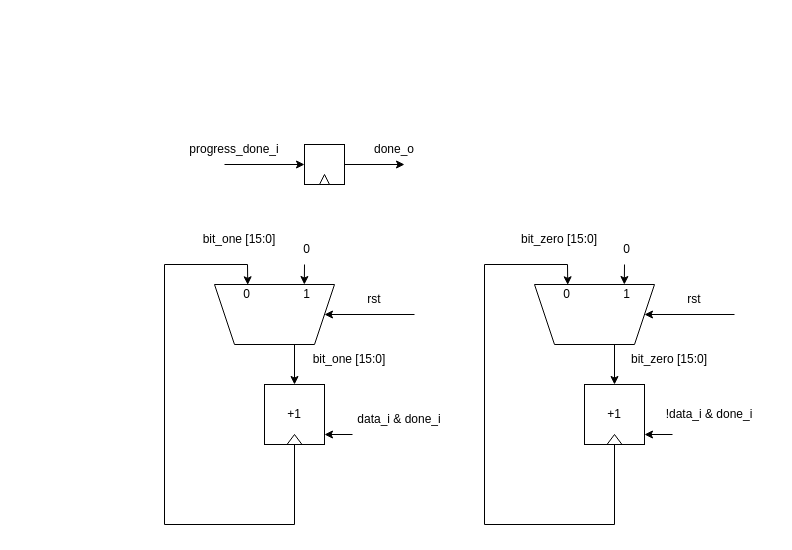
Hieuueihm/Thesis keeps this draw.io diagram as Draw/MRELBP_CIModules/ZeroOneCounter.drawio. Above is the earlier version. Source tidied: cells renumbered, new cells numbered last; positions are measured from the earlier drawing's top-left corner, leaving out a move shared by most shapes. Both pictures are drawn from the tidied source at 100%, with x=0, y=0 at pixel (164, 134).
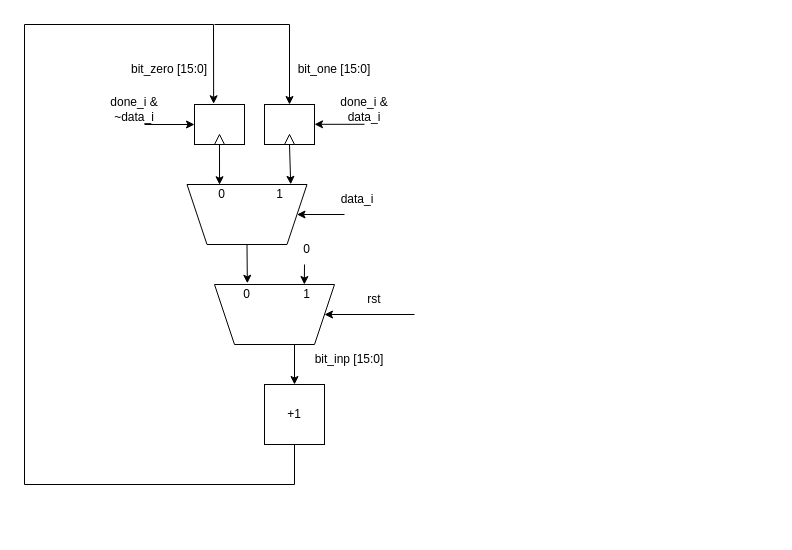
After the change.

The change refers to these unchanged cells:
```xml
<mxCell id="3" value="+1" style="rounded=0;whiteSpace=wrap;html=1;" parent="1" vertex="1">
  <mxGeometry x="100" y="250" width="60" height="60" as="geometry" />
</mxCell>
<mxCell id="13" style="shape=trapezoid;perimeter=trapezoidPerimeter;whiteSpace=wrap;html=1;fixedSize=1;direction=west;" parent="1" vertex="1">
  <mxGeometry x="50" y="150" width="120" height="60" as="geometry" />
</mxCell>
<mxCell id="20" value="0" style="text;html=1;align=center;verticalAlign=middle;whiteSpace=wrap;rounded=0;" parent="1" vertex="1">
  <mxGeometry x="65" y="150" width="35" height="20" as="geometry" />
</mxCell>
```

The edit, as a diff of the source:
```diff
@@
-    <mxCell id="2" style="endArrow=classic;html=1;rounded=0;entryX=0.723;entryY=0.995;entryDx=0;entryDy=0;exitX=0.5;exitY=1;exitDx=0;exitDy=0;entryPerimeter=0;" parent="1" edge="1" source="3" target="13">
-      <mxGeometry relative="1" as="geometry">
-        <Array as="points">
-          <mxPoint x="130" y="390" />
-          <mxPoint y="390" />
-          <mxPoint y="130" />
-          <mxPoint x="83" y="130" />
-        </Array>
-      </mxGeometry>
-    </mxCell>
@@
-    <mxCell id="4" style="endArrow=classic;html=1;rounded=0;entryX=1.034;entryY=0.583;entryDx=0;entryDy=0;entryPerimeter=0;" parent="1" edge="1">
-      <mxGeometry relative="1" as="geometry">
-        <mxPoint x="188" y="300" as="sourcePoint" />
-        <mxPoint x="160" y="300" as="targetPoint" />
-      </mxGeometry>
-    </mxCell>
-    <mxCell id="5" value="data_i &amp;amp; done_i" style="text;html=1;align=center;verticalAlign=middle;whiteSpace=wrap;rounded=0;" parent="1" vertex="1">
-      <mxGeometry x="170" y="270" width="130" height="30" as="geometry" />
+    <mxCell id="5" value="data_i" style="text;html=1;align=center;verticalAlign=middle;whiteSpace=wrap;rounded=0;" parent="1" vertex="1">
+      <mxGeometry x="142.5" y="50" width="100" height="30" as="geometry" />
     </mxCell>
@@
-    <mxCell id="7" style="rounded=0;whiteSpace=wrap;html=1;" parent="1" vertex="1">
-      <mxGeometry x="140" y="10" width="40" height="40" as="geometry" />
-    </mxCell>
-    <mxCell id="8" style="triangle;whiteSpace=wrap;html=1;direction=north;" parent="1" vertex="1">
-      <mxGeometry x="155" y="40" width="10" height="10" as="geometry" />
-    </mxCell>
-    <mxCell id="9" style="endArrow=classic;html=1;rounded=0;entryX=0;entryY=0.5;entryDx=0;entryDy=0;" parent="1" edge="1" target="7">
-      <mxGeometry relative="1" as="geometry">
-        <mxPoint x="60" y="30" as="sourcePoint" />
-      </mxGeometry>
-    </mxCell>
-    <mxCell id="10" style="endArrow=classic;html=1;rounded=0;exitX=1;exitY=0.5;exitDx=0;exitDy=0;" parent="1" edge="1" source="7">
-      <mxGeometry relative="1" as="geometry">
-        <mxPoint x="240" y="30" as="targetPoint" />
-      </mxGeometry>
-    </mxCell>
-    <mxCell id="11" value="progress_done_i" style="text;html=1;align=center;verticalAlign=middle;whiteSpace=wrap;rounded=0;" parent="1" vertex="1">
-      <mxGeometry x="40" width="60" height="30" as="geometry" />
-    </mxCell>
-    <mxCell id="12" value="done_o" style="text;html=1;align=center;verticalAlign=middle;whiteSpace=wrap;rounded=0;" parent="1" vertex="1">
-      <mxGeometry x="200" width="60" height="30" as="geometry" />
-    </mxCell>
@@
     <mxCell id="14" value="bit_one [15:0]" style="text;html=1;align=center;verticalAlign=middle;whiteSpace=wrap;rounded=0;" parent="1" vertex="1">
-      <mxGeometry x="30" y="90" width="90" height="30" as="geometry" />
+      <mxGeometry x="125" y="-80" width="90" height="30" as="geometry" />
     </mxCell>
-    <mxCell id="15" value="bit_one [15:0]" style="text;html=1;align=center;verticalAlign=middle;whiteSpace=wrap;rounded=0;" parent="1" vertex="1">
+    <mxCell id="15" value="bit_inp [15:0]" style="text;html=1;align=center;verticalAlign=middle;whiteSpace=wrap;rounded=0;" parent="1" vertex="1">
       <mxGeometry x="140" y="210" width="90" height="30" as="geometry" />
     </mxCell>
@@
-    <mxCell id="22" style="triangle;whiteSpace=wrap;html=1;direction=north;" parent="1" vertex="1">
-      <mxGeometry x="122.5" y="300" width="15" height="10" as="geometry" />
-    </mxCell>
-    <mxCell id="23" style="endArrow=classic;html=1;rounded=0;entryX=0.723;entryY=0.995;entryDx=0;entryDy=0;exitX=0.5;exitY=1;exitDx=0;exitDy=0;entryPerimeter=0;" parent="1" edge="1" source="24" target="27">
-      <mxGeometry relative="1" as="geometry">
-        <Array as="points">
-          <mxPoint x="450" y="390" />
-          <mxPoint x="320" y="390" />
-          <mxPoint x="320" y="130" />
-          <mxPoint x="403" y="130" />
-        </Array>
-      </mxGeometry>
-    </mxCell>
-    <mxCell id="24" value="+1" style="rounded=0;whiteSpace=wrap;html=1;" parent="1" vertex="1">
-      <mxGeometry x="420" y="250" width="60" height="60" as="geometry" />
-    </mxCell>
-    <mxCell id="25" style="endArrow=classic;html=1;rounded=0;entryX=1.034;entryY=0.583;entryDx=0;entryDy=0;entryPerimeter=0;" parent="1" edge="1">
-      <mxGeometry relative="1" as="geometry">
-        <mxPoint x="508" y="300" as="sourcePoint" />
-        <mxPoint x="480" y="300" as="targetPoint" />
-      </mxGeometry>
-    </mxCell>
-    <mxCell id="26" style="endArrow=classic;html=1;rounded=0;entryX=0.166;entryY=-0.003;entryDx=0;entryDy=0;entryPerimeter=0;" parent="1" edge="1">
-      <mxGeometry relative="1" as="geometry">
-        <mxPoint x="450" y="210" as="sourcePoint" />
-        <mxPoint x="450" y="250" as="targetPoint" />
-      </mxGeometry>
-    </mxCell>
-    <mxCell id="27" style="shape=trapezoid;perimeter=trapezoidPerimeter;whiteSpace=wrap;html=1;fixedSize=1;direction=west;" parent="1" vertex="1">
-      <mxGeometry x="370" y="150" width="120" height="60" as="geometry" />
-    </mxCell>
     <mxCell id="28" value="bit_zero [15:0]" style="text;html=1;align=center;verticalAlign=middle;whiteSpace=wrap;rounded=0;" parent="1" vertex="1">
-      <mxGeometry x="350" y="90" width="90" height="30" as="geometry" />
+      <mxGeometry x="-40" y="-80" width="90" height="30" as="geometry" />
     </mxCell>
-    <mxCell id="29" value="bit_zero [15:0]" style="text;html=1;align=center;verticalAlign=middle;whiteSpace=wrap;rounded=0;" parent="1" vertex="1">
-      <mxGeometry x="460" y="210" width="90" height="30" as="geometry" />
-    </mxCell>
-    <mxCell id="30" value="0" style="text;html=1;align=center;verticalAlign=middle;whiteSpace=wrap;rounded=0;" parent="1" vertex="1">
-      <mxGeometry x="436.2" y="100" width="52.5" height="30" as="geometry" />
-    </mxCell>
-    <mxCell id="31" style="endArrow=classic;html=1;rounded=0;entryX=0;entryY=0.5;entryDx=0;entryDy=0;" parent="1" edge="1" target="27">
-      <mxGeometry relative="1" as="geometry">
-        <mxPoint x="570" y="180" as="sourcePoint" />
-      </mxGeometry>
-    </mxCell>
-    <mxCell id="32" value="rst" style="text;html=1;align=center;verticalAlign=middle;whiteSpace=wrap;rounded=0;" parent="1" vertex="1">
-      <mxGeometry x="500" y="150" width="60" height="30" as="geometry" />
-    </mxCell>
+    <mxCell id="38" style="endArrow=classic;html=1;rounded=0;entryX=0;entryY=0.5;entryDx=0;entryDy=0;" parent="1" edge="1" target="39">
+      <mxGeometry relative="1" as="geometry">
+        <mxPoint x="180" y="80" as="sourcePoint" />
+      </mxGeometry>
+    </mxCell>
+    <mxCell id="39" style="shape=trapezoid;perimeter=trapezoidPerimeter;whiteSpace=wrap;html=1;fixedSize=1;direction=west;" parent="1" vertex="1">
+      <mxGeometry x="22.5" y="50" width="120" height="60" as="geometry" />
+    </mxCell>
+    <mxCell id="40" style="endArrow=classic;html=1;rounded=0;entryX=0.51;entryY=-0.062;entryDx=0;entryDy=0;entryPerimeter=0;exitX=0.5;exitY=0;exitDx=0;exitDy=0;" parent="1" edge="1" source="39" target="20">
+      <mxGeometry relative="1" as="geometry" />
+    </mxCell>
     <mxCell id="33" value="1" style="text;html=1;align=center;verticalAlign=middle;whiteSpace=wrap;rounded=0;" parent="1" vertex="1">
-      <mxGeometry x="445" y="150" width="35" height="20" as="geometry" />
+      <mxGeometry x="97.5" y="50" width="35" height="20" as="geometry" />
     </mxCell>
-    <mxCell id="34" value="0" style="text;html=1;align=center;verticalAlign=middle;whiteSpace=wrap;rounded=0;" parent="1" vertex="1">
-      <mxGeometry x="385" y="150" width="35" height="20" as="geometry" />
-    </mxCell>
-    <mxCell id="35" style="endArrow=classic;html=1;rounded=0;entryX=0.424;entryY=0.001;entryDx=0;entryDy=0;entryPerimeter=0;" parent="1" edge="1" target="33">
-      <mxGeometry relative="1" as="geometry">
-        <mxPoint x="460" y="130" as="sourcePoint" />
-      </mxGeometry>
-    </mxCell>
-    <mxCell id="36" style="triangle;whiteSpace=wrap;html=1;direction=north;" parent="1" vertex="1">
-      <mxGeometry x="442.5" y="300" width="15" height="10" as="geometry" />
-    </mxCell>
-    <mxCell id="37" value="!data_i &amp;amp; done_i" style="text;html=1;align=center;verticalAlign=middle;whiteSpace=wrap;rounded=0;" parent="1" vertex="1">
-      <mxGeometry x="480" y="265" width="130" height="30" as="geometry" />
-    </mxCell>
+    <mxCell id="41" value="0" style="text;html=1;align=center;verticalAlign=middle;whiteSpace=wrap;rounded=0;" parent="1" vertex="1">
+      <mxGeometry x="40" y="50" width="35" height="20" as="geometry" />
+    </mxCell>
+    <mxCell id="42" style="endArrow=classic;html=1;rounded=0;entryX=0.82;entryY=-0.008;entryDx=0;entryDy=0;entryPerimeter=0;exitX=0;exitY=0.5;exitDx=0;exitDy=0;" parent="1" edge="1" source="50" target="33">
+      <mxGeometry relative="1" as="geometry" />
+    </mxCell>
+    <mxCell id="43" style="endArrow=classic;html=1;rounded=0;exitX=0;exitY=0.5;exitDx=0;exitDy=0;entryX=0.43;entryY=0.012;entryDx=0;entryDy=0;entryPerimeter=0;" parent="1" edge="1" source="47" target="41">
+      <mxGeometry relative="1" as="geometry" />
+    </mxCell>
+    <mxCell id="44" style="endArrow=classic;html=1;rounded=0;exitX=0.5;exitY=1;exitDx=0;exitDy=0;entryX=0.383;entryY=-0.018;entryDx=0;entryDy=0;entryPerimeter=0;" parent="1" edge="1" source="3" target="46">
+      <mxGeometry relative="1" as="geometry">
+        <Array as="points">
+          <mxPoint x="130" y="350" />
+          <mxPoint x="-140" y="350" />
+          <mxPoint x="-140" y="-110" />
+          <mxPoint x="49" y="-110" />
+        </Array>
+      </mxGeometry>
+    </mxCell>
+    <mxCell id="45" style="group;" parent="1" vertex="1">
+      <mxGeometry x="30" y="-30" width="50" height="40" as="geometry" />
+    </mxCell>
+    <mxCell id="46" style="rounded=0;whiteSpace=wrap;html=1;" parent="45" vertex="1">
+      <mxGeometry width="50" height="40" as="geometry" />
+    </mxCell>
+    <mxCell id="47" style="triangle;whiteSpace=wrap;html=1;direction=north;" parent="45" vertex="1">
+      <mxGeometry x="20" y="30" width="10" height="10" as="geometry" />
+    </mxCell>
+    <mxCell id="48" style="group;" parent="1" vertex="1">
+      <mxGeometry x="100" y="-30" width="50" height="40" as="geometry" />
+    </mxCell>
+    <mxCell id="49" style="rounded=0;whiteSpace=wrap;html=1;" parent="48" vertex="1">
+      <mxGeometry width="50" height="40" as="geometry" />
+    </mxCell>
+    <mxCell id="50" style="triangle;whiteSpace=wrap;html=1;direction=north;" parent="48" vertex="1">
+      <mxGeometry x="20" y="30" width="10" height="10" as="geometry" />
+    </mxCell>
+    <mxCell id="51" style="endArrow=classic;html=1;rounded=0;entryX=0;entryY=0.5;entryDx=0;entryDy=0;" parent="1" edge="1" target="46">
+      <mxGeometry relative="1" as="geometry">
+        <mxPoint x="-20" y="-10" as="sourcePoint" />
+      </mxGeometry>
+    </mxCell>
+    <mxCell id="52" style="endArrow=classic;html=1;rounded=0;entryX=0;entryY=0.5;entryDx=0;entryDy=0;" parent="1" edge="1">
+      <mxGeometry relative="1" as="geometry">
+        <mxPoint x="200" y="-10.2" as="sourcePoint" />
+        <mxPoint x="150" y="-10.2" as="targetPoint" />
+      </mxGeometry>
+    </mxCell>
+    <mxCell id="53" value="done_i &amp;amp; ~data_i" style="text;html=1;align=center;verticalAlign=middle;whiteSpace=wrap;rounded=0;" parent="1" vertex="1">
+      <mxGeometry x="-60" y="-40" width="60" height="30" as="geometry" />
+    </mxCell>
+    <mxCell id="54" value="done_i &amp;amp; data_i" style="text;html=1;align=center;verticalAlign=middle;whiteSpace=wrap;rounded=0;" parent="1" vertex="1">
+      <mxGeometry x="170" y="-40" width="60" height="30" as="geometry" />
+    </mxCell>
+    <mxCell id="55" style="endArrow=classic;html=1;rounded=0;entryX=0.5;entryY=0;entryDx=0;entryDy=0;" parent="1" edge="1" target="49">
+      <mxGeometry relative="1" as="geometry">
+        <mxPoint x="50" y="-110" as="sourcePoint" />
+        <Array as="points">
+          <mxPoint x="125" y="-110" />
+        </Array>
+      </mxGeometry>
+    </mxCell>
```
